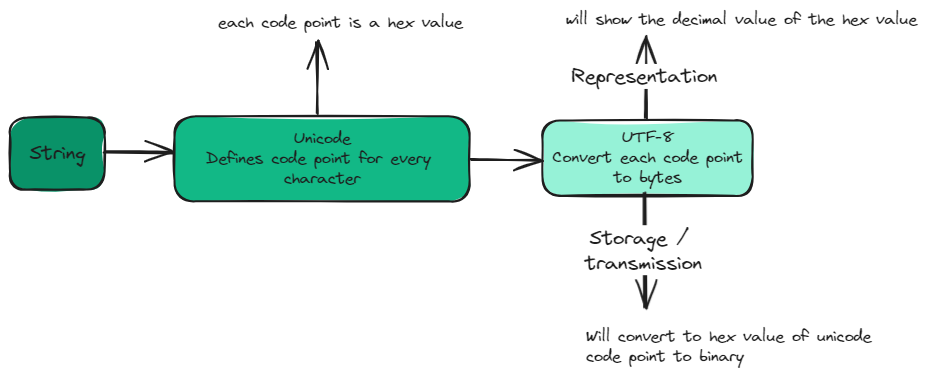
swaroopar/inprogress-engineer keeps this Excalidraw diagram as static/img/bytes-to-string.excalidraw.png. Above is the earlier version. Source tidied: one line per element, renumbered; positions are measured from the earlier drawing's top-left corner, leaving out a move shared by most shapes.
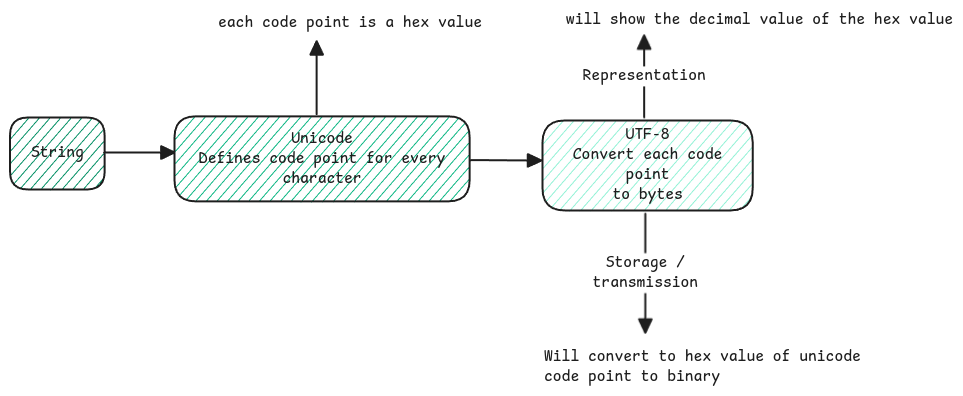
The same file after the commit.

Change to the diagram source:
```diff
@@ -1,16 +1,16 @@
-{"id": 0, "type": "rectangle", "strokeColor": "#1e1e1e", "backgroundColor": "#099268", "fillStyle": "solid", "strokeWidth": 2, "roughness": 1, "round": true, "x": 0, "y": 107, "width": 95, "height": 72}
+{"id": 0, "type": "rectangle", "strokeColor": "#1e1e1e", "backgroundColor": "#099268", "fillStyle": "hachure", "strokeWidth": 2, "roughness": 0, "round": true, "x": 0, "y": 107, "width": 95, "height": 72}
-{"id": 1, "type": "text", "text": "String", "strokeColor": "#1e1e1e", "strokeWidth": 2, "roughness": 1, "fontSize": 20, "fontFamily": 1, "textAlign": "center", "verticalAlign": "middle", "inside": 0, "x": 19, "y": 131, "width": 56, "height": 25}
+{"id": 1, "type": "text", "text": "String", "strokeColor": "#1e1e1e", "strokeWidth": 2, "roughness": 1, "fontSize": 16, "fontFamily": 8, "textAlign": "center", "verticalAlign": "middle", "inside": 0, "x": 21, "y": 133, "width": 53, "height": 20}
-{"id": 2, "type": "arrow", "strokeColor": "#1e1e1e", "strokeWidth": 2, "roughness": 1, "endArrowhead": "arrow", "round": true, "x": 94, "y": 142, "width": 71, "height": 0, "points": [[0, 0], [71, 0]]}
+{"id": 2, "type": "arrow", "strokeColor": "#1e1e1e", "strokeWidth": 2, "roughness": 0, "endArrowhead": "triangle", "round": true, "x": 94, "y": 142, "width": 71, "height": 0, "points": [[0, 0], [71, 0]]}
-{"id": 3, "type": "rectangle", "strokeColor": "#1e1e1e", "backgroundColor": "#12b886", "fillStyle": "solid", "strokeWidth": 2, "roughness": 1, "round": true, "x": 164, "y": 106, "width": 295, "height": 85}
+{"id": 3, "type": "rectangle", "strokeColor": "#1e1e1e", "backgroundColor": "#12b886", "fillStyle": "hachure", "strokeWidth": 2, "roughness": 0, "round": true, "x": 164, "y": 106, "width": 295, "height": 85}
-{"id": 4, "type": "text", "text": "Unicode\nDefines code point for every \ncharacter", "strokeColor": "#1e1e1e", "strokeWidth": 2, "roughness": 1, "fontSize": 16, "fontFamily": 1, "textAlign": "center", "verticalAlign": "middle", "inside": 3, "x": 196, "y": 119, "width": 233, "height": 60}
+{"id": 4, "type": "text", "text": "Unicode\nDefines code point for every\ncharacter", "strokeColor": "#1e1e1e", "strokeWidth": 2, "roughness": 1, "fontSize": 16, "fontFamily": 8, "textAlign": "center", "verticalAlign": "middle", "inside": 3, "x": 189, "y": 119, "width": 246, "height": 60}
-{"id": 5, "type": "rectangle", "strokeColor": "#1e1e1e", "backgroundColor": "#96f2d7", "fillStyle": "solid", "strokeWidth": 2, "roughness": 1, "round": true, "x": 532, "y": 110, "width": 210, "height": 75}
+{"id": 5, "type": "rectangle", "strokeColor": "#1e1e1e", "backgroundColor": "#96f2d7", "fillStyle": "hachure", "strokeWidth": 2, "roughness": 0, "round": true, "x": 532, "y": 110, "width": 210, "height": 90}
-{"id": 6, "type": "text", "text": "UTF-8\nConvert each code point\nto bytes", "strokeColor": "#1e1e1e", "strokeWidth": 2, "roughness": 1, "fontSize": 16, "fontFamily": 1, "textAlign": "center", "verticalAlign": "middle", "inside": 5, "x": 542, "y": 118, "width": 191, "height": 60}
+{"id": 6, "type": "text", "text": "UTF-8\nConvert each code\npoint\nto bytes", "strokeColor": "#1e1e1e", "strokeWidth": 2, "roughness": 1, "fontSize": 16, "fontFamily": 8, "textAlign": "center", "verticalAlign": "middle", "inside": 5, "x": 563, "y": 115, "width": 150, "height": 80}
-{"id": 7, "type": "arrow", "strokeColor": "#1e1e1e", "strokeWidth": 2, "roughness": 1, "endArrowhead": "arrow", "round": true, "from": 3, "to": 5, "x": 461, "y": 150, "width": 71, "height": 0, "points": [[0, 0], [71, 0]]}
+{"id": 7, "type": "arrow", "strokeColor": "#1e1e1e", "strokeWidth": 2, "roughness": 0, "endArrowhead": "triangle", "round": true, "from": 3, "to": 5, "x": 461, "y": 150, "width": 71, "height": 0, "points": [[0, 0], [71, 0]]}
-{"id": 8, "type": "text", "text": "each code point is a hex value", "strokeColor": "#1e1e1e", "strokeWidth": 2, "roughness": 1, "fontSize": 16, "fontFamily": 1, "x": 208, "y": 3, "width": 244, "height": 20}
+{"id": 8, "type": "text", "text": "each code point is a hex value", "strokeColor": "#1e1e1e", "strokeWidth": 2, "roughness": 0, "fontSize": 16, "fontFamily": 8, "x": 208, "y": 3, "width": 264, "height": 20}
-{"id": 9, "type": "arrow", "strokeColor": "#1e1e1e", "strokeWidth": 2, "roughness": 1, "endArrowhead": "arrow", "round": true, "x": 307, "y": 104, "width": 0, "height": 73, "points": [[0, 0], [0, -73]]}
+{"id": 9, "type": "arrow", "strokeColor": "#1e1e1e", "strokeWidth": 2, "roughness": 0, "endArrowhead": "triangle", "round": true, "x": 307, "y": 104, "width": 0, "height": 73, "points": [[0, 0], [0, -73]]}
-{"id": 10, "type": "arrow", "strokeColor": "#1e1e1e", "strokeWidth": 2, "roughness": 1, "endArrowhead": "arrow", "round": true, "x": 633, "y": 182, "width": 0, "height": 116, "points": [[0, 0], [0, 116]]}
+{"id": 10, "type": "arrow", "strokeColor": "#1e1e1e", "strokeWidth": 2, "roughness": 0, "endArrowhead": "triangle", "round": true, "from": 5, "x": 635, "y": 203, "width": 0, "height": 119, "points": [[0, 0], [0, 119]]}
-{"id": 11, "type": "text", "text": "Storage / \ntransmission", "strokeColor": "#1e1e1e", "strokeWidth": 2, "roughness": 1, "fontSize": 20, "fontFamily": 1, "textAlign": "center", "verticalAlign": "middle", "inside": 10, "x": 575, "y": 216, "width": 117, "height": 50}
+{"id": 11, "type": "text", "text": "Storage /\ntransmission", "strokeColor": "#1e1e1e", "strokeWidth": 2, "roughness": 1, "fontSize": 16, "fontFamily": 8, "textAlign": "center", "verticalAlign": "middle", "inside": 10, "x": 583, "y": 243, "width": 106, "height": 40}
-{"id": 12, "type": "text", "text": "Will convert to hex value of unicode \ncode point to binary", "strokeColor": "#1e1e1e", "strokeWidth": 2, "roughness": 1, "fontSize": 16, "fontFamily": 1, "x": 576, "y": 317, "width": 293, "height": 40}
+{"id": 12, "type": "text", "text": "Will convert to hex value of unicode \ncode point to binary", "strokeColor": "#1e1e1e", "strokeWidth": 2, "roughness": 0, "fontSize": 16, "fontFamily": 8, "x": 534, "y": 337, "width": 326, "height": 40}
-{"id": 13, "type": "arrow", "strokeColor": "#1e1e1e", "strokeWidth": 2, "roughness": 1, "endArrowhead": "arrow", "round": true, "x": 634, "y": 107, "width": 0, "height": 82, "points": [[0, 0], [0, -82]]}
+{"id": 13, "type": "arrow", "strokeColor": "#1e1e1e", "strokeWidth": 2, "roughness": 0, "endArrowhead": "triangle", "round": true, "x": 634, "y": 107, "width": 0, "height": 82, "points": [[0, 0], [0, -82]]}
-{"id": 14, "type": "text", "text": "Representation", "strokeColor": "#1e1e1e", "strokeWidth": 2, "roughness": 1, "fontSize": 20, "fontFamily": 1, "textAlign": "center", "verticalAlign": "middle", "inside": 13, "x": 561, "y": 54, "width": 146, "height": 25}
+{"id": 14, "type": "text", "text": "Representation", "strokeColor": "#1e1e1e", "strokeWidth": 2, "roughness": 1, "fontSize": 16, "fontFamily": 8, "textAlign": "center", "verticalAlign": "middle", "inside": 13, "x": 573, "y": 56, "width": 123, "height": 20}
-{"id": 15, "type": "text", "text": "will show the decimal value of the hex value", "strokeColor": "#1e1e1e", "strokeWidth": 2, "roughness": 1, "fontSize": 16, "fontFamily": 1, "x": 556, "y": 0, "width": 351, "height": 20}
+{"id": 15, "type": "text", "text": "will show the decimal value of the hex value", "strokeColor": "#1e1e1e", "strokeWidth": 2, "roughness": 0, "fontSize": 16, "fontFamily": 8, "x": 556, "y": 0, "width": 387, "height": 20}
```
